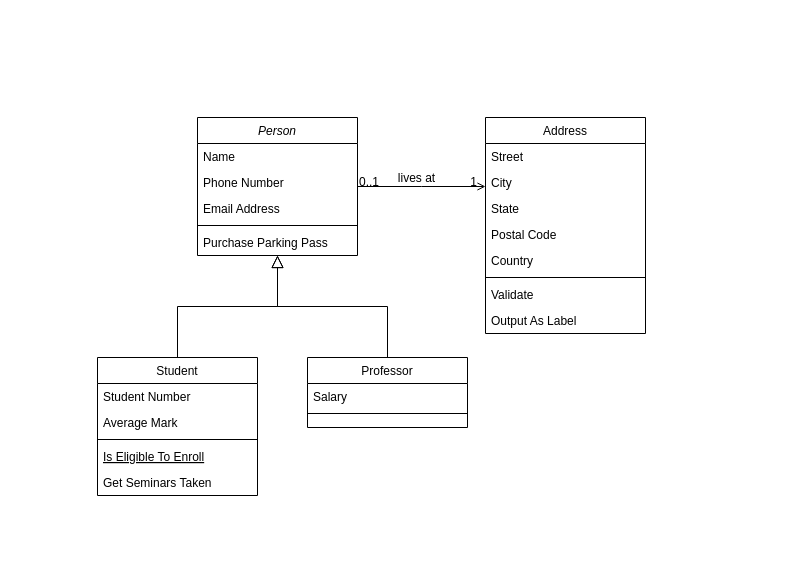
This is Untitled Diagram.drawio from daus7768/SDI.UML.DIAGRAM, a draw.io file, before an edit. Source tidied: cells renumbered, new cells numbered last; positions are measured from the earlier drawing's top-left corner, leaving out a move shared by most shapes. Both pictures are drawn from the tidied source at 100%, with x=0, y=0 at pixel (97, 117).
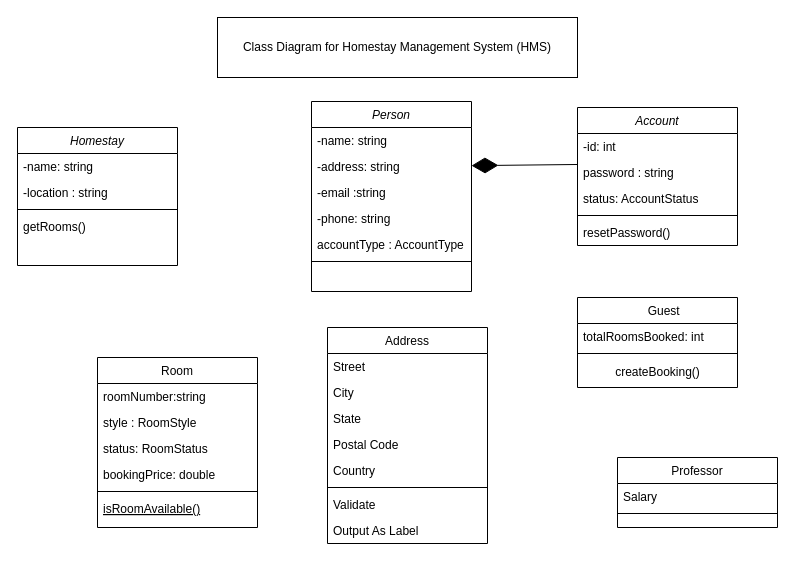
The same page after the edit.

Diff of the diagram source:
```diff
@@
     <mxCell id="2" value="Person" style="swimlane;fontStyle=2;align=center;verticalAlign=top;horizontal=1;startSize=26;rounded=0;shadow=0;strokeWidth=1;" parent="1" vertex="1">
-      <mxGeometry x="100" width="160" height="138" as="geometry" />
+      <mxGeometry x="214" y="-16" width="160" height="190" as="geometry" />
     </mxCell>
-    <mxCell id="3" value="Name" style="text;align=left;verticalAlign=top;spacingLeft=4;spacingRight=4;overflow=hidden;" parent="2" vertex="1">
-      <mxGeometry y="26" width="160" height="26" as="geometry" />
-    </mxCell>
-    <mxCell id="4" value="Phone Number" style="text;align=left;verticalAlign=top;spacingLeft=4;spacingRight=4;overflow=hidden;rounded=0;shadow=0;html=0;" parent="2" vertex="1">
-      <mxGeometry y="52" width="160" height="26" as="geometry" />
+    <mxCell id="4" value="-name: string" style="text;align=left;verticalAlign=top;spacingLeft=4;spacingRight=4;overflow=hidden;rounded=0;shadow=0;html=0;" parent="2" vertex="1">
+      <mxGeometry y="26" width="160" height="26" as="geometry" />
     </mxCell>
-    <mxCell id="5" value="Email Address" style="text;align=left;verticalAlign=top;spacingLeft=4;spacingRight=4;overflow=hidden;points=[[0,0.5],[1,0.5]];portConstraint=eastwest;rounded=0;shadow=0;html=0;" parent="2" vertex="1">
-      <mxGeometry y="78" width="160" height="26" as="geometry" />
+    <mxCell id="5" value="-address: string" style="text;align=left;verticalAlign=top;spacingLeft=4;spacingRight=4;overflow=hidden;points=[[0,0.5],[1,0.5]];portConstraint=eastwest;rounded=0;shadow=0;html=0;" parent="2" vertex="1">
+      <mxGeometry y="52" width="160" height="26" as="geometry" />
     </mxCell>
+    <mxCell id="32" value="-email :string" style="text;align=left;verticalAlign=top;spacingLeft=4;spacingRight=4;overflow=hidden;rounded=0;shadow=0;html=0;" parent="2" vertex="1">
+      <mxGeometry y="78" width="160" height="26" as="geometry" />
+    </mxCell>
+    <mxCell id="33" value="-phone: string" style="text;align=left;verticalAlign=top;spacingLeft=4;spacingRight=4;overflow=hidden;rounded=0;shadow=0;html=0;" parent="2" vertex="1">
+      <mxGeometry y="104" width="160" height="26" as="geometry" />
+    </mxCell>
+    <mxCell id="34" value="accountType : AccountType" style="text;align=left;verticalAlign=top;spacingLeft=4;spacingRight=4;overflow=hidden;rounded=0;shadow=0;html=0;" parent="2" vertex="1">
+      <mxGeometry y="130" width="160" height="26" as="geometry" />
+    </mxCell>
     <mxCell id="6" style="line;html=1;strokeWidth=1;align=left;verticalAlign=middle;spacingTop=-1;spacingLeft=3;spacingRight=3;labelPosition=right;" parent="2" vertex="1">
-      <mxGeometry y="104" width="160" height="8" as="geometry" />
+      <mxGeometry y="156" width="160" height="8" as="geometry" />
     </mxCell>
-    <mxCell id="7" value="Purchase Parking Pass" style="text;align=left;verticalAlign=top;spacingLeft=4;spacingRight=4;overflow=hidden;" parent="2" vertex="1">
-      <mxGeometry y="112" width="160" height="26" as="geometry" />
-    </mxCell>
-    <mxCell id="8" value="Student" style="swimlane;fontStyle=0;align=center;verticalAlign=top;horizontal=1;startSize=26;rounded=0;shadow=0;strokeWidth=1;" parent="1" vertex="1">
-      <mxGeometry y="240" width="160" height="138" as="geometry" />
+    <mxCell id="8" value="Room" style="swimlane;fontStyle=0;align=center;verticalAlign=top;horizontal=1;startSize=26;rounded=0;shadow=0;strokeWidth=1;" parent="1" vertex="1">
+      <mxGeometry y="240" width="160" height="170" as="geometry" />
     </mxCell>
-    <mxCell id="9" value="Student Number" style="text;align=left;verticalAlign=top;spacingLeft=4;spacingRight=4;overflow=hidden;" parent="8" vertex="1">
+    <mxCell id="9" value="roomNumber:string" style="text;align=left;verticalAlign=top;spacingLeft=4;spacingRight=4;overflow=hidden;" parent="8" vertex="1">
       <mxGeometry y="26" width="160" height="26" as="geometry" />
     </mxCell>
-    <mxCell id="10" value="Average Mark" style="text;align=left;verticalAlign=top;spacingLeft=4;spacingRight=4;overflow=hidden;rounded=0;shadow=0;html=0;" parent="8" vertex="1">
+    <mxCell id="10" value="style : RoomStyle" style="text;align=left;verticalAlign=top;spacingLeft=4;spacingRight=4;overflow=hidden;rounded=0;shadow=0;html=0;" parent="8" vertex="1">
       <mxGeometry y="52" width="160" height="26" as="geometry" />
     </mxCell>
+    <mxCell id="35" value="status: RoomStatus" style="text;align=left;verticalAlign=top;spacingLeft=4;spacingRight=4;overflow=hidden;rounded=0;shadow=0;html=0;" parent="8" vertex="1">
+      <mxGeometry y="78" width="160" height="26" as="geometry" />
+    </mxCell>
+    <mxCell id="36" value="bookingPrice: double" style="text;align=left;verticalAlign=top;spacingLeft=4;spacingRight=4;overflow=hidden;rounded=0;shadow=0;html=0;" parent="8" vertex="1">
+      <mxGeometry y="104" width="160" height="26" as="geometry" />
+    </mxCell>
     <mxCell id="11" style="line;html=1;strokeWidth=1;align=left;verticalAlign=middle;spacingTop=-1;spacingLeft=3;spacingRight=3;labelPosition=right;" parent="8" vertex="1">
-      <mxGeometry y="78" width="160" height="8" as="geometry" />
+      <mxGeometry y="130" width="160" height="8" as="geometry" />
     </mxCell>
-    <mxCell id="12" value="Is Eligible To Enroll" style="text;align=left;verticalAlign=top;spacingLeft=4;spacingRight=4;overflow=hidden;fontStyle=4;" parent="8" vertex="1">
-      <mxGeometry y="86" width="160" height="26" as="geometry" />
+    <mxCell id="12" value="isRoomAvailable()" style="text;align=left;verticalAlign=top;spacingLeft=4;spacingRight=4;overflow=hidden;fontStyle=4;" parent="8" vertex="1">
+      <mxGeometry y="138" width="160" height="26" as="geometry" />
     </mxCell>
-    <mxCell id="13" value="Get Seminars Taken" style="text;align=left;verticalAlign=top;spacingLeft=4;spacingRight=4;overflow=hidden;" parent="8" vertex="1">
-      <mxGeometry y="112" width="160" height="26" as="geometry" />
-    </mxCell>
-    <mxCell id="14" style="endArrow=block;endSize=10;endFill=0;shadow=0;strokeWidth=1;rounded=0;edgeStyle=elbowEdgeStyle;elbow=vertical;" parent="1" edge="1" source="8" target="2">
-      <mxGeometry relative="1" as="geometry" />
-    </mxCell>
     <mxCell id="15" value="Professor" style="swimlane;fontStyle=0;align=center;verticalAlign=top;horizontal=1;startSize=26;rounded=0;shadow=0;strokeWidth=1;" parent="1" vertex="1">
-      <mxGeometry x="210" y="240" width="160" height="70" as="geometry" />
+      <mxGeometry x="520" y="340" width="160" height="70" as="geometry" />
     </mxCell>
@@
-    <mxCell id="18" style="endArrow=block;endSize=10;endFill=0;shadow=0;strokeWidth=1;rounded=0;edgeStyle=elbowEdgeStyle;elbow=vertical;" parent="1" edge="1" source="15" target="2">
-      <mxGeometry relative="1" as="geometry" />
-    </mxCell>
     <mxCell id="19" value="Address" style="swimlane;fontStyle=0;align=center;verticalAlign=top;horizontal=1;startSize=26;rounded=0;shadow=0;strokeWidth=1;" parent="1" vertex="1">
-      <mxGeometry x="388" width="160" height="216" as="geometry" />
+      <mxGeometry x="230" y="210" width="160" height="216" as="geometry" />
     </mxCell>
@@
-    <mxCell id="28" style="endArrow=open;shadow=0;strokeWidth=1;rounded=0;endFill=1;edgeStyle=elbowEdgeStyle;elbow=vertical;" parent="1" edge="1" source="2" target="19">
-      <mxGeometry x="0.5" y="41" relative="1" as="geometry">
-        <mxPoint x="-40" y="32" as="offset" />
-      </mxGeometry>
-    </mxCell>
-    <mxCell id="29" value="0..1" style="align=left;verticalAlign=bottom;labelBackgroundColor=none;fontSize=12;" parent="28" vertex="1">
-      <mxGeometry x="-1" relative="1" as="geometry">
-        <mxPoint y="4" as="offset" />
-      </mxGeometry>
-    </mxCell>
-    <mxCell id="30" value="1" style="align=right;verticalAlign=bottom;labelBackgroundColor=none;fontSize=12;" parent="28" vertex="1">
-      <mxGeometry x="1" relative="1" as="geometry">
-        <mxPoint x="-7" y="4" as="offset" />
-      </mxGeometry>
-    </mxCell>
-    <mxCell id="31" value="lives at" style="text;html=1;align=center;verticalAlign=middle;labelBackgroundColor=none;rounded=0;shadow=0;strokeWidth=1;fontSize=12;" parent="28" vertex="1">
-      <mxGeometry x="0.5" y="49" relative="1" as="geometry">
-        <mxPoint x="-38" y="40" as="offset" />
-      </mxGeometry>
-    </mxCell>
+    <mxCell id="37" value="Class Diagram for Homestay Management System (HMS)" style="rounded=0;whiteSpace=wrap;html=1;" parent="1" vertex="1">
+      <mxGeometry x="120" y="-100" width="360" height="60" as="geometry" />
+    </mxCell>
+    <mxCell id="38" value="Homestay" style="swimlane;fontStyle=2;align=center;verticalAlign=top;horizontal=1;startSize=26;rounded=0;shadow=0;strokeWidth=1;" parent="1" vertex="1">
+      <mxGeometry x="-80" y="10" width="160" height="138" as="geometry" />
+    </mxCell>
+    <mxCell id="39" value="-name: string" style="text;align=left;verticalAlign=top;spacingLeft=4;spacingRight=4;overflow=hidden;rounded=0;shadow=0;html=0;" parent="38" vertex="1">
+      <mxGeometry y="26" width="160" height="26" as="geometry" />
+    </mxCell>
+    <mxCell id="40" value="-location : string" style="text;align=left;verticalAlign=top;spacingLeft=4;spacingRight=4;overflow=hidden;rounded=0;shadow=0;html=0;" parent="38" vertex="1">
+      <mxGeometry y="52" width="160" height="26" as="geometry" />
+    </mxCell>
+    <mxCell id="41" style="line;html=1;strokeWidth=1;align=left;verticalAlign=middle;spacingTop=-1;spacingLeft=3;spacingRight=3;labelPosition=right;" parent="38" vertex="1">
+      <mxGeometry y="78" width="160" height="8" as="geometry" />
+    </mxCell>
+    <mxCell id="42" value="getRooms()" style="text;align=left;verticalAlign=top;spacingLeft=4;spacingRight=4;overflow=hidden;" parent="38" vertex="1">
+      <mxGeometry y="86" width="160" height="26" as="geometry" />
+    </mxCell>
+    <mxCell id="43" value="Account" style="swimlane;fontStyle=2;align=center;verticalAlign=top;horizontal=1;startSize=26;rounded=0;shadow=0;strokeWidth=1;" parent="1" vertex="1">
+      <mxGeometry x="480" y="-10" width="160" height="138" as="geometry" />
+    </mxCell>
+    <mxCell id="44" value="-id: int" style="text;align=left;verticalAlign=top;spacingLeft=4;spacingRight=4;overflow=hidden;rounded=0;shadow=0;html=0;" parent="43" vertex="1">
+      <mxGeometry y="26" width="160" height="26" as="geometry" />
+    </mxCell>
+    <mxCell id="45" value="password : string&#10;" style="text;align=left;verticalAlign=top;spacingLeft=4;spacingRight=4;overflow=hidden;points=[[0,0.5],[1,0.5]];portConstraint=eastwest;rounded=0;shadow=0;html=0;" parent="43" vertex="1">
+      <mxGeometry y="52" width="160" height="26" as="geometry" />
+    </mxCell>
+    <mxCell id="46" value="status: AccountStatus" style="text;align=left;verticalAlign=top;spacingLeft=4;spacingRight=4;overflow=hidden;rounded=0;shadow=0;html=0;" parent="43" vertex="1">
+      <mxGeometry y="78" width="160" height="26" as="geometry" />
+    </mxCell>
+    <mxCell id="47" style="line;html=1;strokeWidth=1;align=left;verticalAlign=middle;spacingTop=-1;spacingLeft=3;spacingRight=3;labelPosition=right;" parent="43" vertex="1">
+      <mxGeometry y="104" width="160" height="8" as="geometry" />
+    </mxCell>
+    <mxCell id="48" value="resetPassword()" style="text;align=left;verticalAlign=top;spacingLeft=4;spacingRight=4;overflow=hidden;" parent="43" vertex="1">
+      <mxGeometry y="112" width="160" height="26" as="geometry" />
+    </mxCell>
+    <mxCell id="49" value="    Guest" style="swimlane;fontStyle=0;align=center;verticalAlign=top;horizontal=1;startSize=26;rounded=0;shadow=0;strokeWidth=1;" parent="1" vertex="1">
+      <mxGeometry x="480" y="180" width="160" height="90" as="geometry" />
+    </mxCell>
+    <mxCell id="50" value="totalRoomsBooked: int" style="text;align=left;verticalAlign=top;spacingLeft=4;spacingRight=4;overflow=hidden;" parent="49" vertex="1">
+      <mxGeometry y="26" width="160" height="26" as="geometry" />
+    </mxCell>
+    <mxCell id="51" style="line;html=1;strokeWidth=1;align=left;verticalAlign=middle;spacingTop=-1;spacingLeft=3;spacingRight=3;labelPosition=right;" parent="49" vertex="1">
+      <mxGeometry y="52" width="160" height="8" as="geometry" />
+    </mxCell>
+    <mxCell id="52" value="createBooking()" style="text;html=1;align=center;verticalAlign=middle;strokeColor=none;fillColor=none;" parent="49" vertex="1">
+      <mxGeometry y="60" width="160" height="30" as="geometry" />
+    </mxCell>
+    <mxCell id="53" style="endArrow=diamondThin;endFill=1;endSize=24;html=1;rounded=0;exitX=0.002;exitY=0.192;exitDx=0;exitDy=0;exitPerimeter=0;" parent="1" edge="1" source="45" target="5">
+      <mxGeometry relative="1" as="geometry" />
+    </mxCell>
```
